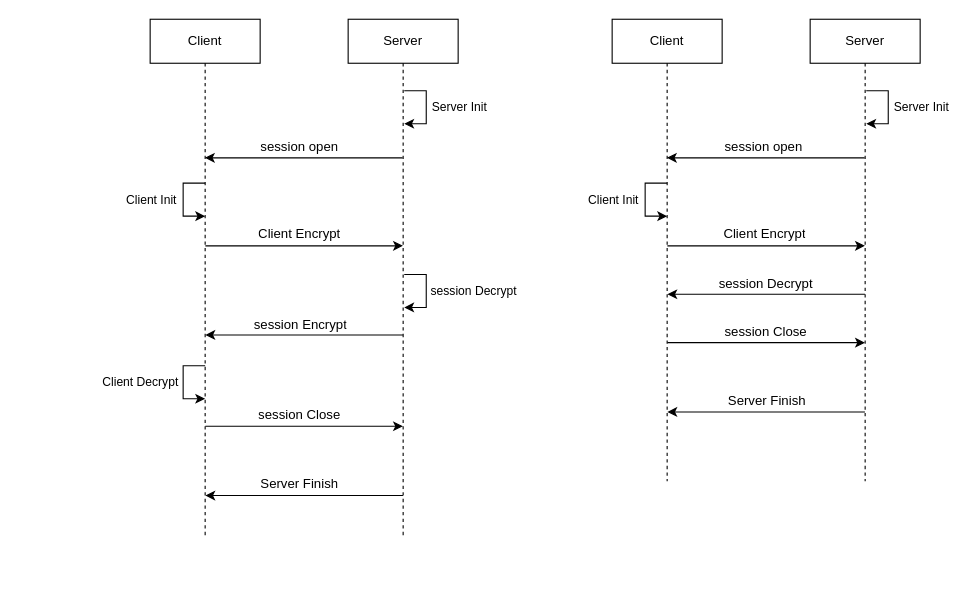
Earlier version of the draw.io diagram 제목 없는 다이어그램.drawio (Gichan94/korea_b). Source tidied: cells renumbered, new cells numbered last; positions are measured from the earlier drawing's top-left corner, leaving out a move shared by most shapes. Both pictures are drawn from the tidied source at 110%, with x=0, y=0 at pixel (90, 19).
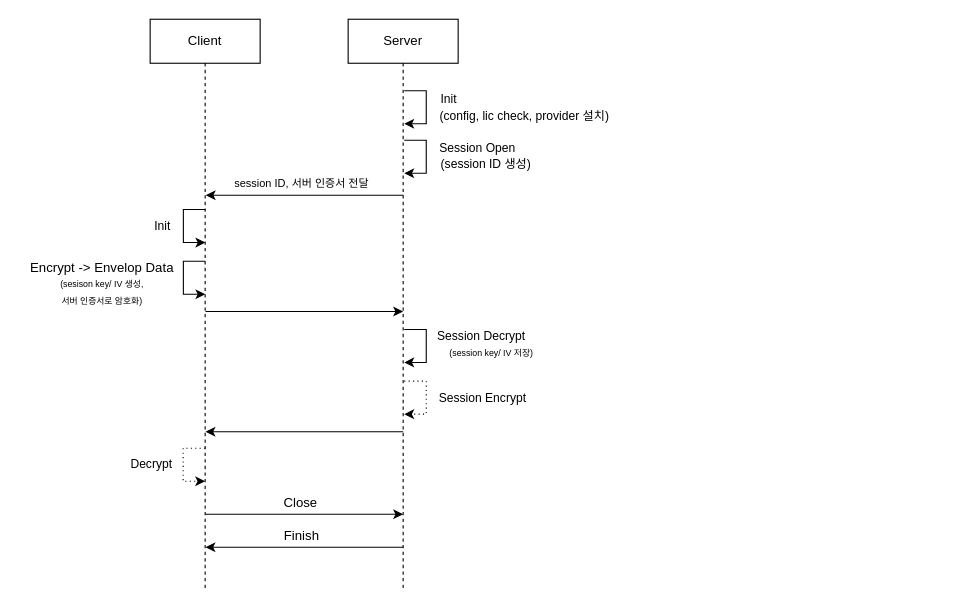
Above is the later version.

Commit message:
제목 없는 다이어그램.drawio 업데이트

The edit, as a diff of the source:
```diff
@@
     <mxCell id="2" value="Client" style="shape=umlLifeline;perimeter=lifelinePerimeter;whiteSpace=wrap;html=1;newEdgeStyle={&quot;edgeStyle&quot;:&quot;elbowEdgeStyle&quot;,&quot;elbow&quot;:&quot;vertical&quot;,&quot;curved&quot;:0,&quot;rounded&quot;:0};" parent="1" vertex="1">
-      <mxGeometry x="54" width="100" height="470" as="geometry" />
+      <mxGeometry x="54" width="100" height="520" as="geometry" />
     </mxCell>
     <mxCell id="3" value="Server" style="shape=umlLifeline;perimeter=lifelinePerimeter;whiteSpace=wrap;html=1;newEdgeStyle={&quot;edgeStyle&quot;:&quot;elbowEdgeStyle&quot;,&quot;elbow&quot;:&quot;vertical&quot;,&quot;curved&quot;:0,&quot;rounded&quot;:0};" parent="1" vertex="1">
-      <mxGeometry x="234" width="100" height="470" as="geometry" />
+      <mxGeometry x="234" width="100" height="520" as="geometry" />
     </mxCell>
-    <mxCell id="4" value="&lt;span style=&quot;font-size: 11px;&quot;&gt;Server Init&lt;br&gt;&lt;/span&gt;" style="text;html=1;align=center;verticalAlign=middle;strokeColor=none;fillColor=none;" parent="1" vertex="1">
-      <mxGeometry x="300" y="65" width="70" height="30" as="geometry" />
+    <mxCell id="4" value="&lt;span style=&quot;font-size: 11px;&quot;&gt;Init&amp;nbsp; &amp;nbsp; &amp;nbsp; &amp;nbsp; &amp;nbsp; &amp;nbsp; &amp;nbsp; &amp;nbsp; &amp;nbsp; &amp;nbsp; &amp;nbsp; &amp;nbsp; &amp;nbsp; &amp;nbsp; &amp;nbsp; &amp;nbsp; &amp;nbsp; &amp;nbsp; &amp;nbsp; &amp;nbsp; &amp;nbsp; &amp;nbsp; &amp;nbsp;&lt;br&gt;(config, lic check, provider 설치)&lt;br&gt;&lt;/span&gt;" style="text;html=1;align=center;verticalAlign=middle;strokeColor=none;fillColor=none;" parent="1" vertex="1">
+      <mxGeometry x="304" y="60" width="180" height="40" as="geometry" />
     </mxCell>
@@
     <mxCell id="6" style="endArrow=classic;html=1;rounded=0;" parent="1" edge="1">
       <mxGeometry relative="1" as="geometry">
-        <mxPoint x="283.5" y="126" as="sourcePoint" />
-        <mxPoint x="103.8" y="126" as="targetPoint" />
+        <mxPoint x="284.2" y="160" as="sourcePoint" />
+        <mxPoint x="104.5" y="160" as="targetPoint" />
       </mxGeometry>
     </mxCell>
-    <mxCell id="7" value="session open" style="text;html=1;strokeColor=none;fillColor=none;align=center;verticalAlign=middle;whiteSpace=wrap;overflow=hidden;" parent="1" vertex="1">
-      <mxGeometry x="150" y="106" width="80" height="20" as="geometry" />
+    <mxCell id="7" value="&lt;font style=&quot;font-size: 10px;&quot;&gt;session ID, 서버 인증서 전달&lt;/font&gt;" style="text;html=1;strokeColor=none;fillColor=none;align=center;verticalAlign=middle;whiteSpace=wrap;overflow=hidden;" parent="1" vertex="1">
+      <mxGeometry x="97" y="139" width="190" height="20" as="geometry" />
     </mxCell>
     <mxCell id="8" style="endArrow=classic;html=1;rounded=0;" parent="1" edge="1">
       <mxGeometry relative="1" as="geometry">
-        <mxPoint x="104" y="149" as="sourcePoint" />
-        <mxPoint x="104" y="179" as="targetPoint" />
+        <mxPoint x="104.2" y="173" as="sourcePoint" />
+        <mxPoint x="104.2" y="203" as="targetPoint" />
         <Array as="points">
-          <mxPoint x="84" y="149" />
-          <mxPoint x="84" y="179" />
+          <mxPoint x="84.2" y="173" />
+          <mxPoint x="84.2" y="203" />
         </Array>
       </mxGeometry>
     </mxCell>
-    <mxCell id="9" value="&lt;span style=&quot;font-size: 11px;&quot;&gt;Client Init&lt;br&gt;&lt;/span&gt;" style="text;html=1;align=center;verticalAlign=middle;strokeColor=none;fillColor=none;" parent="1" vertex="1">
-      <mxGeometry x="20" y="149" width="70" height="30" as="geometry" />
+    <mxCell id="9" value="&lt;span style=&quot;font-size: 11px;&quot;&gt;Init&lt;br&gt;&lt;/span&gt;" style="text;html=1;align=center;verticalAlign=middle;strokeColor=none;fillColor=none;" parent="1" vertex="1">
+      <mxGeometry x="45" y="173" width="40" height="30" as="geometry" />
     </mxCell>
-    <mxCell id="10" style="endArrow=classic;html=1;rounded=0;" parent="1" edge="1">
-      <mxGeometry relative="1" as="geometry">
-        <mxPoint x="104.2" y="206" as="sourcePoint" />
-        <mxPoint x="283.8" y="206" as="targetPoint" />
-        <Array as="points">
-          <mxPoint x="190.3" y="206" />
-        </Array>
-      </mxGeometry>
-    </mxCell>
-    <mxCell id="11" value="Client Encrypt" style="text;html=1;strokeColor=none;fillColor=none;align=center;verticalAlign=middle;whiteSpace=wrap;overflow=hidden;" parent="1" vertex="1">
-      <mxGeometry x="150.2" y="185" width="80" height="20" as="geometry" />
-    </mxCell>
-    <mxCell id="12" style="endArrow=classic;html=1;rounded=0;" parent="1" edge="1">
-      <mxGeometry relative="1" as="geometry">
-        <mxPoint x="285" y="232" as="sourcePoint" />
-        <mxPoint x="285" y="262" as="targetPoint" />
-        <Array as="points">
-          <mxPoint x="305" y="232" />
-          <mxPoint x="305" y="262" />
-        </Array>
-      </mxGeometry>
-    </mxCell>
-    <mxCell id="13" value="&lt;span style=&quot;font-size: 11px;&quot;&gt;session Decrypt&lt;br&gt;&lt;/span&gt;" style="text;html=1;align=center;verticalAlign=middle;strokeColor=none;fillColor=none;" parent="1" vertex="1">
-      <mxGeometry x="298" y="232" width="100" height="30" as="geometry" />
-    </mxCell>
-    <mxCell id="14" style="endArrow=classic;html=1;rounded=0;" parent="1" edge="1">
-      <mxGeometry relative="1" as="geometry">
-        <mxPoint x="283.8" y="287" as="sourcePoint" />
-        <mxPoint x="104.2" y="287" as="targetPoint" />
-      </mxGeometry>
-    </mxCell>
-    <mxCell id="15" value="session Encrypt" style="text;html=1;strokeColor=none;fillColor=none;align=center;verticalAlign=middle;whiteSpace=wrap;overflow=hidden;" parent="1" vertex="1">
-      <mxGeometry x="143.2" y="268" width="95.7" height="20" as="geometry" />
-    </mxCell>
-    <mxCell id="16" style="endArrow=classic;html=1;rounded=0;" parent="1" edge="1">
-      <mxGeometry relative="1" as="geometry">
-        <mxPoint x="104" y="315" as="sourcePoint" />
-        <mxPoint x="104" y="345" as="targetPoint" />
-        <Array as="points">
-          <mxPoint x="84" y="315" />
-          <mxPoint x="84" y="345" />
-        </Array>
-      </mxGeometry>
-    </mxCell>
-    <mxCell id="17" value="&lt;span style=&quot;font-size: 11px;&quot;&gt;Client Decrypt&lt;br&gt;&lt;/span&gt;" style="text;html=1;align=center;verticalAlign=middle;strokeColor=none;fillColor=none;" parent="1" vertex="1">
-      <mxGeometry y="315" width="90" height="30" as="geometry" />
+    <mxCell id="17" value="&lt;span style=&quot;font-size: 11px;&quot;&gt;Decrypt&lt;br&gt;&lt;/span&gt;" style="text;html=1;align=center;verticalAlign=middle;strokeColor=none;fillColor=none;" parent="1" vertex="1">
+      <mxGeometry x="25" y="389" width="60" height="30" as="geometry" />
     </mxCell>
-    <mxCell id="18" style="endArrow=classic;html=1;rounded=0;" parent="1" edge="1">
-      <mxGeometry relative="1" as="geometry">
-        <mxPoint x="104.2" y="370" as="sourcePoint" />
-        <mxPoint x="283.8" y="370" as="targetPoint" />
-        <Array as="points">
-          <mxPoint x="190.3" y="370" />
-        </Array>
-      </mxGeometry>
-    </mxCell>
-    <mxCell id="19" value="session Close" style="text;html=1;strokeColor=none;fillColor=none;align=center;verticalAlign=middle;whiteSpace=wrap;overflow=hidden;" parent="1" vertex="1">
-      <mxGeometry x="150" y="350" width="80" height="20" as="geometry" />
-    </mxCell>
     <mxCell id="20" style="endArrow=classic;html=1;rounded=0;" parent="1" edge="1">
       <mxGeometry relative="1" as="geometry">
-        <mxPoint x="283.8" y="433" as="sourcePoint" />
-        <mxPoint x="104.2" y="433" as="targetPoint" />
+        <mxPoint x="284" y="480" as="sourcePoint" />
+        <mxPoint x="104.3" y="480" as="targetPoint" />
         <Array as="points">
-          <mxPoint x="196.8" y="433" />
+          <mxPoint x="197" y="480" />
         </Array>
       </mxGeometry>
     </mxCell>
-    <mxCell id="21" value="Server Finish" style="text;html=1;strokeColor=none;fillColor=none;align=center;verticalAlign=middle;whiteSpace=wrap;overflow=hidden;" parent="1" vertex="1">
-      <mxGeometry x="147.3" y="413" width="85.7" height="20" as="geometry" />
+    <mxCell id="21" value="Finish" style="text;html=1;strokeColor=none;fillColor=none;align=center;verticalAlign=middle;whiteSpace=wrap;overflow=hidden;" parent="1" vertex="1">
+      <mxGeometry x="148.5" y="460" width="85.7" height="20" as="geometry" />
     </mxCell>
-    <mxCell id="22" value="Client" style="shape=umlLifeline;perimeter=lifelinePerimeter;whiteSpace=wrap;html=1;newEdgeStyle={&quot;edgeStyle&quot;:&quot;elbowEdgeStyle&quot;,&quot;elbow&quot;:&quot;vertical&quot;,&quot;curved&quot;:0,&quot;rounded&quot;:0};" parent="1" vertex="1">
-      <mxGeometry x="474" width="100" height="420" as="geometry" />
-    </mxCell>
-    <mxCell id="23" value="Server" style="shape=umlLifeline;perimeter=lifelinePerimeter;whiteSpace=wrap;html=1;newEdgeStyle={&quot;edgeStyle&quot;:&quot;elbowEdgeStyle&quot;,&quot;elbow&quot;:&quot;vertical&quot;,&quot;curved&quot;:0,&quot;rounded&quot;:0};" parent="1" vertex="1">
-      <mxGeometry x="654" width="100" height="420" as="geometry" />
-    </mxCell>
-    <mxCell id="24" value="&lt;span style=&quot;font-size: 11px;&quot;&gt;Server Init&lt;br&gt;&lt;/span&gt;" style="text;html=1;align=center;verticalAlign=middle;strokeColor=none;fillColor=none;" parent="1" vertex="1">
-      <mxGeometry x="720" y="65" width="70" height="30" as="geometry" />
-    </mxCell>
-    <mxCell id="25" style="endArrow=classic;html=1;rounded=0;" parent="1" edge="1">
-      <mxGeometry relative="1" as="geometry">
-        <mxPoint x="705" y="65" as="sourcePoint" />
-        <mxPoint x="705" y="95" as="targetPoint" />
-        <Array as="points">
-          <mxPoint x="725" y="65" />
-          <mxPoint x="725" y="95" />
-        </Array>
-      </mxGeometry>
-    </mxCell>
-    <mxCell id="26" style="endArrow=classic;html=1;rounded=0;" parent="1" edge="1">
-      <mxGeometry relative="1" as="geometry">
-        <mxPoint x="703.5" y="126" as="sourcePoint" />
-        <mxPoint x="523.8" y="126" as="targetPoint" />
-      </mxGeometry>
-    </mxCell>
-    <mxCell id="27" value="session open" style="text;html=1;strokeColor=none;fillColor=none;align=center;verticalAlign=middle;whiteSpace=wrap;overflow=hidden;" parent="1" vertex="1">
-      <mxGeometry x="572" y="106" width="80" height="20" as="geometry" />
-    </mxCell>
-    <mxCell id="28" style="endArrow=classic;html=1;rounded=0;" parent="1" edge="1">
-      <mxGeometry relative="1" as="geometry">
-        <mxPoint x="524" y="149" as="sourcePoint" />
-        <mxPoint x="524" y="179" as="targetPoint" />
-        <Array as="points">
-          <mxPoint x="504" y="149" />
-          <mxPoint x="504" y="179" />
-        </Array>
-      </mxGeometry>
-    </mxCell>
-    <mxCell id="29" value="&lt;span style=&quot;font-size: 11px;&quot;&gt;Client Init&lt;br&gt;&lt;/span&gt;" style="text;html=1;align=center;verticalAlign=middle;strokeColor=none;fillColor=none;" parent="1" vertex="1">
-      <mxGeometry x="440" y="149" width="70" height="30" as="geometry" />
-    </mxCell>
-    <mxCell id="30" style="endArrow=classic;html=1;rounded=0;" parent="1" edge="1">
-      <mxGeometry relative="1" as="geometry">
-        <mxPoint x="524.2" y="206" as="sourcePoint" />
-        <mxPoint x="703.8" y="206" as="targetPoint" />
-        <Array as="points">
-          <mxPoint x="610.3" y="206" />
-        </Array>
-      </mxGeometry>
-    </mxCell>
-    <mxCell id="31" value="Client Encrypt" style="text;html=1;strokeColor=none;fillColor=none;align=center;verticalAlign=middle;whiteSpace=wrap;overflow=hidden;" parent="1" vertex="1">
-      <mxGeometry x="573.2" y="185" width="80" height="20" as="geometry" />
-    </mxCell>
-    <mxCell id="32" style="endArrow=classic;html=1;rounded=0;" parent="1" edge="1">
-      <mxGeometry relative="1" as="geometry">
-        <mxPoint x="703.8" y="250" as="sourcePoint" />
-        <mxPoint x="524.2" y="250" as="targetPoint" />
-      </mxGeometry>
-    </mxCell>
-    <mxCell id="33" value="session Decrypt" style="text;html=1;strokeColor=none;fillColor=none;align=center;verticalAlign=middle;whiteSpace=wrap;overflow=hidden;" parent="1" vertex="1">
-      <mxGeometry x="566.2" y="231" width="95.7" height="20" as="geometry" />
-    </mxCell>
-    <mxCell id="34" style="endArrow=classic;html=1;rounded=0;" parent="1" edge="1">
-      <mxGeometry relative="1" as="geometry">
-        <mxPoint x="524.2" y="294" as="sourcePoint" />
-        <mxPoint x="703.8" y="294" as="targetPoint" />
-        <Array as="points">
-          <mxPoint x="610.3" y="294" />
-        </Array>
-      </mxGeometry>
-    </mxCell>
-    <mxCell id="35" value="session Close" style="text;html=1;strokeColor=none;fillColor=none;align=center;verticalAlign=middle;whiteSpace=wrap;overflow=hidden;" parent="1" vertex="1">
-      <mxGeometry x="574" y="274" width="80" height="20" as="geometry" />
-    </mxCell>
-    <mxCell id="36" style="endArrow=classic;html=1;rounded=0;" parent="1" edge="1">
-      <mxGeometry relative="1" as="geometry">
-        <mxPoint x="703.8" y="357" as="sourcePoint" />
-        <mxPoint x="524.2" y="357" as="targetPoint" />
-        <Array as="points">
-          <mxPoint x="616.8" y="357" />
-        </Array>
-      </mxGeometry>
-    </mxCell>
-    <mxCell id="37" value="Server Finish" style="text;html=1;strokeColor=none;fillColor=none;align=center;verticalAlign=middle;whiteSpace=wrap;overflow=hidden;" parent="1" vertex="1">
-      <mxGeometry x="572.3" y="337" width="85.7" height="20" as="geometry" />
-    </mxCell>
+    <mxCell id="38" value="&lt;span style=&quot;font-size: 11px;&quot;&gt;Session Open&amp;nbsp; &amp;nbsp; &amp;nbsp;&lt;br&gt;(session ID 생성)&lt;br&gt;&lt;/span&gt;" style="text;html=1;align=center;verticalAlign=middle;strokeColor=none;fillColor=none;" parent="1" vertex="1">
+      <mxGeometry x="304" y="104" width="110" height="40" as="geometry" />
+    </mxCell>
+    <mxCell id="39" style="endArrow=classic;html=1;rounded=0;" parent="1" edge="1">
+      <mxGeometry relative="1" as="geometry">
+        <mxPoint x="285" y="110" as="sourcePoint" />
+        <mxPoint x="285" y="140" as="targetPoint" />
+        <Array as="points">
+          <mxPoint x="305" y="110" />
+          <mxPoint x="305" y="140" />
+        </Array>
+      </mxGeometry>
+    </mxCell>
+    <mxCell id="40" style="endArrow=classic;html=1;rounded=0;" parent="1" edge="1">
+      <mxGeometry relative="1" as="geometry">
+        <mxPoint x="104.3" y="265.7" as="sourcePoint" />
+        <mxPoint x="284" y="265.7" as="targetPoint" />
+        <Array as="points">
+          <mxPoint x="190.5" y="265.7" />
+        </Array>
+      </mxGeometry>
+    </mxCell>
+    <mxCell id="41" value="&lt;span style=&quot;font-size: 11px;&quot;&gt;Session Decrypt&amp;nbsp; &amp;nbsp; &amp;nbsp;&amp;nbsp;&lt;/span&gt;&lt;br&gt;&lt;font style=&quot;font-size: 8px;&quot;&gt;(session key/ IV 저장)&lt;/font&gt;" style="text;html=1;align=center;verticalAlign=middle;strokeColor=none;fillColor=none;" parent="1" vertex="1">
+      <mxGeometry x="304" y="275" width="120" height="40" as="geometry" />
+    </mxCell>
+    <mxCell id="42" style="endArrow=classic;html=1;rounded=0;" parent="1" edge="1">
+      <mxGeometry relative="1" as="geometry">
+        <mxPoint x="285" y="282" as="sourcePoint" />
+        <mxPoint x="285" y="312" as="targetPoint" />
+        <Array as="points">
+          <mxPoint x="305" y="282" />
+          <mxPoint x="305" y="312" />
+        </Array>
+      </mxGeometry>
+    </mxCell>
+    <mxCell id="43" style="endArrow=classic;html=1;rounded=0;" parent="1" edge="1">
+      <mxGeometry relative="1" as="geometry">
+        <mxPoint x="104.3" y="450" as="sourcePoint" />
+        <mxPoint x="284" y="450" as="targetPoint" />
+        <Array as="points">
+          <mxPoint x="190.5" y="450" />
+        </Array>
+      </mxGeometry>
+    </mxCell>
+    <mxCell id="44" value="Close" style="text;html=1;strokeColor=none;fillColor=none;align=center;verticalAlign=middle;whiteSpace=wrap;overflow=hidden;" parent="1" vertex="1">
+      <mxGeometry x="151.2" y="430" width="80" height="20" as="geometry" />
+    </mxCell>
+    <mxCell id="45" style="endArrow=classic;html=1;rounded=0;dashed=1;dashPattern=1 3;" parent="1" edge="1">
+      <mxGeometry relative="1" as="geometry">
+        <mxPoint x="104" y="390" as="sourcePoint" />
+        <mxPoint x="104" y="420" as="targetPoint" />
+        <Array as="points">
+          <mxPoint x="84" y="390" />
+          <mxPoint x="84" y="420" />
+        </Array>
+      </mxGeometry>
+    </mxCell>
+    <mxCell id="46" style="endArrow=classic;html=1;rounded=0;" parent="1" edge="1">
+      <mxGeometry relative="1" as="geometry">
+        <mxPoint x="104.2" y="220" as="sourcePoint" />
+        <mxPoint x="104.2" y="250" as="targetPoint" />
+        <Array as="points">
+          <mxPoint x="84.2" y="220" />
+          <mxPoint x="84.2" y="250" />
+        </Array>
+      </mxGeometry>
+    </mxCell>
+    <mxCell id="47" value="Encrypt -&amp;gt; Envelop Data&lt;br&gt;&lt;font style=&quot;font-size: 8px;&quot;&gt;(sesison key/ IV 생성,&lt;br&gt;서버 인증서로 암호화)&lt;/font&gt;&lt;span style=&quot;font-size: 11px;&quot;&gt;&lt;br&gt;&lt;/span&gt;" style="text;html=1;align=center;verticalAlign=middle;strokeColor=none;fillColor=none;" parent="1" vertex="1">
+      <mxGeometry x="-65" y="210" width="150" height="60" as="geometry" />
+    </mxCell>
+    <mxCell id="48" value="&lt;span style=&quot;font-size: 11px;&quot;&gt;Session Encrypt&lt;br&gt;&lt;/span&gt;" style="text;html=1;align=center;verticalAlign=middle;strokeColor=none;fillColor=none;" parent="1" vertex="1">
+      <mxGeometry x="306" y="329" width="100" height="30" as="geometry" />
+    </mxCell>
+    <mxCell id="49" style="endArrow=classic;html=1;rounded=0;dashed=1;dashPattern=1 3;" parent="1" edge="1">
+      <mxGeometry relative="1" as="geometry">
+        <mxPoint x="285" y="329" as="sourcePoint" />
+        <mxPoint x="285" y="359" as="targetPoint" />
+        <Array as="points">
+          <mxPoint x="305" y="329" />
+          <mxPoint x="305" y="359" />
+        </Array>
+      </mxGeometry>
+    </mxCell>
+    <mxCell id="50" style="endArrow=classic;html=1;rounded=0;" parent="1" edge="1">
+      <mxGeometry relative="1" as="geometry">
+        <mxPoint x="284" y="375" as="sourcePoint" />
+        <mxPoint x="104.3" y="375" as="targetPoint" />
+      </mxGeometry>
+    </mxCell>
```
